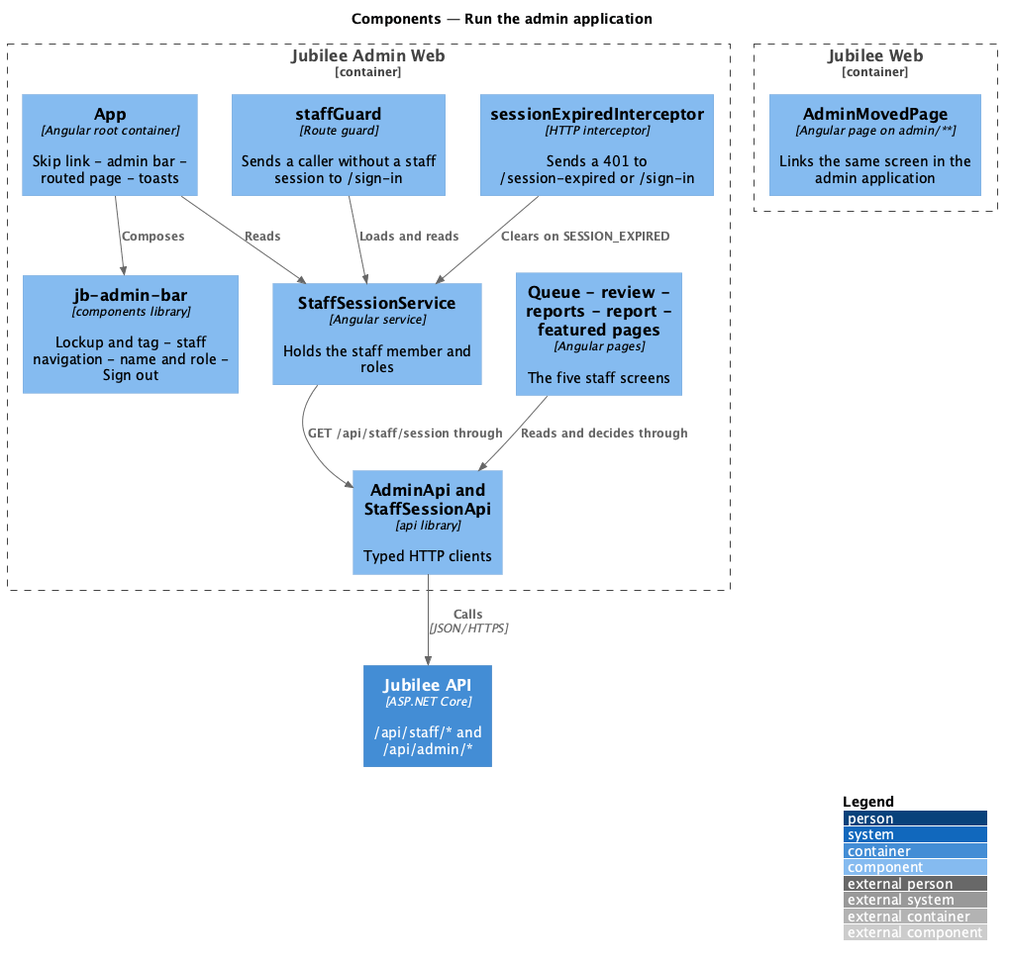
This is docs/detailed-designs/admin/run-admin-application/diagrams/c4-component.png from QuinntyneBrown/jubilee, a PlantUML export, as it was before one commit. Source of this version:
```plantuml
@startuml
!include <C4/C4_Component>
LAYOUT_WITH_LEGEND()
title Components — Run the admin application

Container_Boundary(admin, "Jubilee Admin Web") {
  Component(root, "App", "Angular root container", "Skip link - admin bar - routed page - toasts")
  Component(bar, "jb-admin-bar", "components library", "Lockup and tag - staff navigation - name and role - Sign out")
  Component(guard, "staffGuard", "Route guard", "Sends a caller without a staff session to /sign-in")
  Component(session, "StaffSessionService", "Angular service", "Holds the staff member and roles")
  Component(pages, "Queue - review - reports - report - featured pages", "Angular pages", "The five staff screens")
  Component(adminapi, "AdminApi and StaffSessionApi", "api library", "Typed HTTP clients")
  Component(expiry, "sessionExpiredInterceptor", "HTTP interceptor", "Sends a 401 to /session-expired or /sign-in")
}
Container_Boundary(web, "Jubilee Web") {
  Component(moved, "AdminMovedPage", "Angular page on admin/**", "Links the same screen in the admin application")
}
Container(api, "Jubilee API", "ASP.NET Core", "/api/staff/* and /api/admin/*")
Rel(root, bar, "Composes")
Rel(root, session, "Reads")
Rel(guard, session, "Loads and reads")
Rel(pages, adminapi, "Reads and decides through")
Rel(session, adminapi, "GET /api/staff/session through")
Rel(adminapi, api, "Calls", "JSON/HTTPS")
Rel(expiry, session, "Clears on SESSION_EXPIRED")
@enduml
```
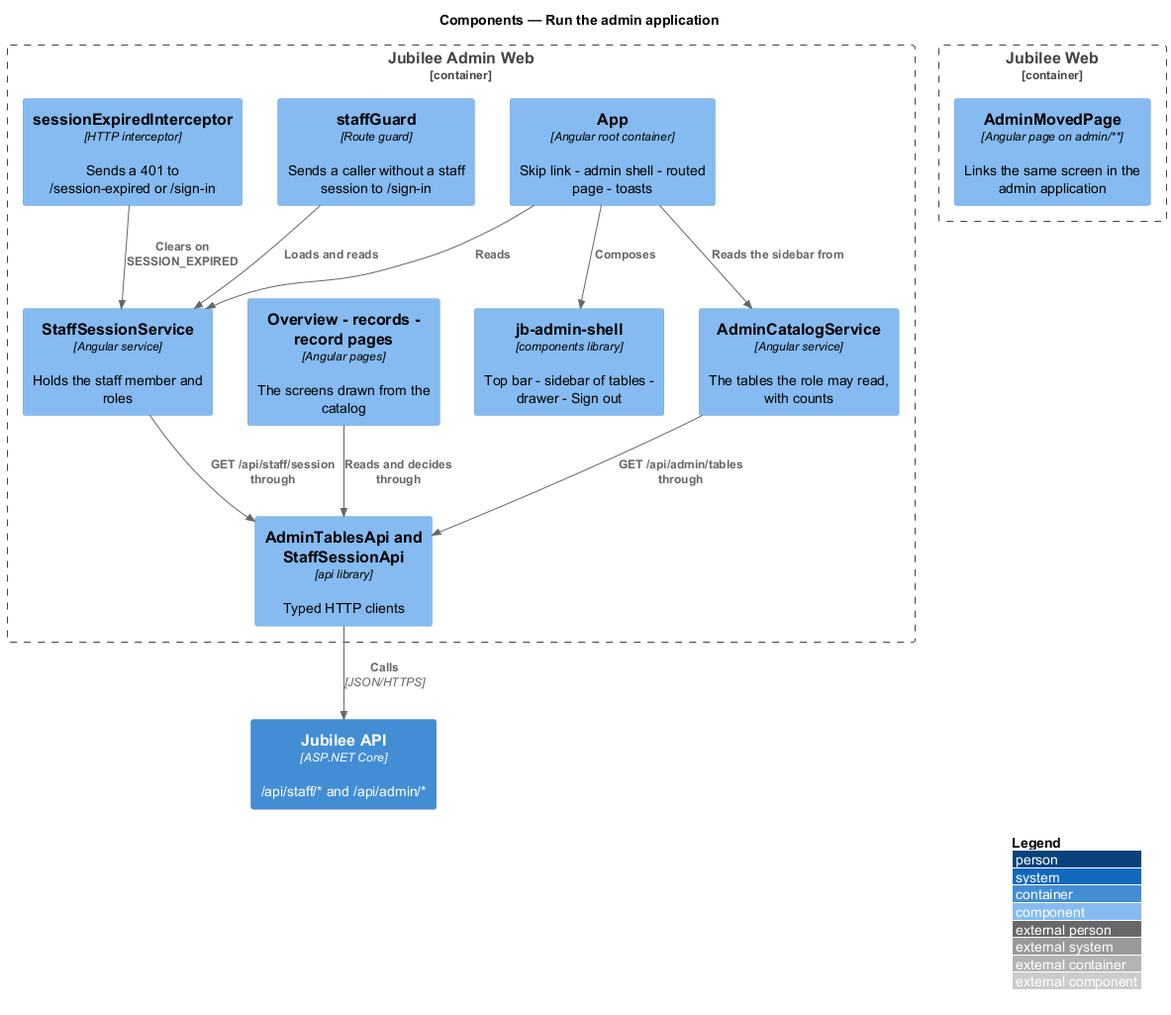
The same file after the commit.

The edit, as a diff of the source:
```diff
@@ -4,12 +4,13 @@
 title Components — Run the admin application
 
 Container_Boundary(admin, "Jubilee Admin Web") {
-  Component(root, "App", "Angular root container", "Skip link - admin bar - routed page - toasts")
-  Component(bar, "jb-admin-bar", "components library", "Lockup and tag - staff navigation - name and role - Sign out")
+  Component(root, "App", "Angular root container", "Skip link - admin shell - routed page - toasts")
+  Component(bar, "jb-admin-shell", "components library", "Top bar - sidebar of tables - drawer - Sign out")
+  Component(catalog, "AdminCatalogService", "Angular service", "The tables the role may read, with counts")
   Component(guard, "staffGuard", "Route guard", "Sends a caller without a staff session to /sign-in")
   Component(session, "StaffSessionService", "Angular service", "Holds the staff member and roles")
-  Component(pages, "Queue - review - reports - report - featured pages", "Angular pages", "The five staff screens")
-  Component(adminapi, "AdminApi and StaffSessionApi", "api library", "Typed HTTP clients")
+  Component(pages, "Overview - records - record pages", "Angular pages", "The screens drawn from the catalog")
+  Component(adminapi, "AdminTablesApi and StaffSessionApi", "api library", "Typed HTTP clients")
   Component(expiry, "sessionExpiredInterceptor", "HTTP interceptor", "Sends a 401 to /session-expired or /sign-in")
 }
 Container_Boundary(web, "Jubilee Web") {
@@ -18,6 +19,8 @@
 Container(api, "Jubilee API", "ASP.NET Core", "/api/staff/* and /api/admin/*")
 Rel(root, bar, "Composes")
 Rel(root, session, "Reads")
+Rel(root, catalog, "Reads the sidebar from")
+Rel(catalog, adminapi, "GET /api/admin/tables through")
 Rel(guard, session, "Loads and reads")
 Rel(pages, adminapi, "Reads and decides through")
 Rel(session, adminapi, "GET /api/staff/session through")
```
